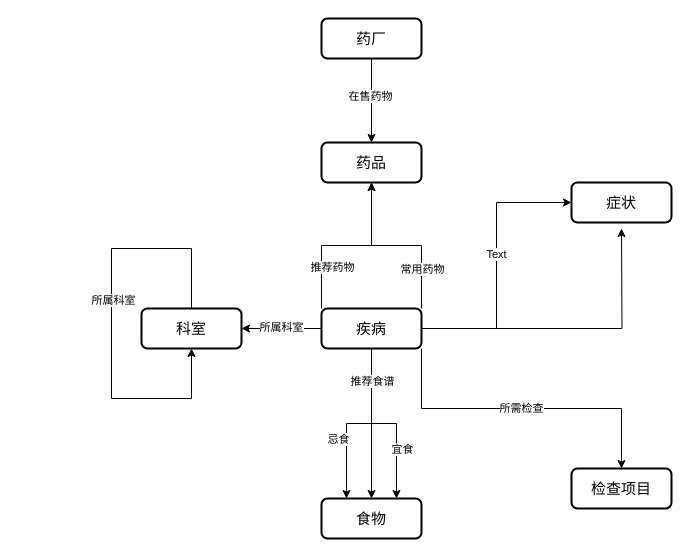
Above: 知识图谱本体设计.drawio in zyaaagit/s-case (draw.io), before the change. Source tidied: cells renumbered, new cells numbered last; positions are measured from the earlier drawing's top-left corner, leaving out a move shared by most shapes. Both pictures are drawn from the tidied source at 100%, with x=0, y=0 at pixel (111, 18).
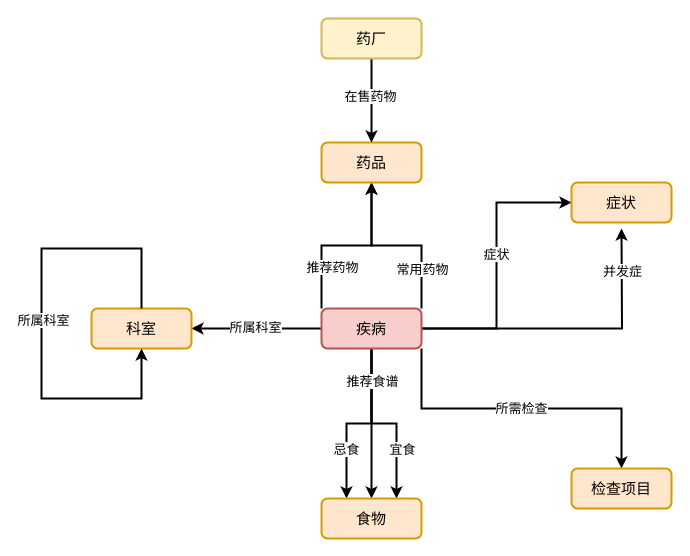
The same page after the edit.

Commit message (it also covers changes not shown here):
更新知识图谱本体设计.drawio

Change to the diagram source:
```diff
@@
-    <mxCell id="2" style="edgeStyle=orthogonalEdgeStyle;rounded=0;jettySize=auto;html=1;exitX=0.5;exitY=1;exitDx=0;exitDy=0;entryX=0.75;entryY=0;entryDx=0;entryDy=0;" parent="1" edge="1" source="18" target="20">
+    <mxCell id="2" style="edgeStyle=orthogonalEdgeStyle;rounded=0;jettySize=auto;html=1;exitX=0.5;exitY=1;exitDx=0;exitDy=0;entryX=0.75;entryY=0;entryDx=0;entryDy=0;strokeWidth=2;" parent="1" edge="1" source="18" target="20">
       <mxGeometry relative="1" as="geometry" />
     </mxCell>
-    <mxCell id="3" value="宜食" style="edgeLabel;html=1;align=center;verticalAlign=middle;" parent="2" vertex="1">
+    <mxCell id="3" value="宜食" style="edgeLabel;html=1;align=center;verticalAlign=middle;fontSize=13;" parent="2" vertex="1">
       <mxGeometry x="0.34" y="1" relative="1" as="geometry">
         <mxPoint x="4" y="8" as="offset" />
       </mxGeometry>
     </mxCell>
-    <mxCell id="4" style="edgeStyle=orthogonalEdgeStyle;rounded=0;jettySize=auto;html=1;exitX=0.5;exitY=1;exitDx=0;exitDy=0;entryX=0.25;entryY=0;entryDx=0;entryDy=0;" parent="1" edge="1" source="18" target="20">
+    <mxCell id="4" style="edgeStyle=orthogonalEdgeStyle;rounded=0;jettySize=auto;html=1;exitX=0.5;exitY=1;exitDx=0;exitDy=0;entryX=0.25;entryY=0;entryDx=0;entryDy=0;strokeWidth=2;" parent="1" edge="1" source="18" target="20">
       <mxGeometry relative="1" as="geometry" />
     </mxCell>
-    <mxCell id="5" value="忌食" style="edgeLabel;html=1;align=center;verticalAlign=middle;" parent="4" vertex="1">
+    <mxCell id="5" value="忌食" style="edgeLabel;html=1;align=center;verticalAlign=middle;fontSize=13;" parent="4" vertex="1">
       <mxGeometry x="0.2" relative="1" as="geometry">
-        <mxPoint x="-9" y="10" as="offset" />
+        <mxPoint x="-1" y="20" as="offset" />
       </mxGeometry>
     </mxCell>
-    <mxCell id="6" style="edgeStyle=orthogonalEdgeStyle;rounded=0;jettySize=auto;html=1;exitX=0.5;exitY=1;exitDx=0;exitDy=0;" parent="1" edge="1" source="18" target="20">
+    <mxCell id="6" style="edgeStyle=orthogonalEdgeStyle;rounded=0;jettySize=auto;html=1;exitX=0.5;exitY=1;exitDx=0;exitDy=0;strokeWidth=2;" parent="1" edge="1" source="18" target="20">
       <mxGeometry relative="1" as="geometry" />
     </mxCell>
-    <mxCell id="7" value="推荐食谱" style="edgeLabel;html=1;align=center;verticalAlign=middle;" parent="6" vertex="1">
+    <mxCell id="7" value="推荐食谱" style="edgeLabel;html=1;align=center;verticalAlign=middle;fontSize=13;" parent="6" vertex="1">
       <mxGeometry x="-0.57" relative="1" as="geometry" />
     </mxCell>
-    <mxCell id="8" style="edgeStyle=orthogonalEdgeStyle;rounded=0;jettySize=auto;html=1;exitX=0;exitY=0.5;exitDx=0;exitDy=0;entryX=1;entryY=0.5;entryDx=0;entryDy=0;" parent="1" edge="1" source="18" target="26">
+    <mxCell id="8" style="edgeStyle=orthogonalEdgeStyle;rounded=0;jettySize=auto;html=1;exitX=0;exitY=0.5;exitDx=0;exitDy=0;entryX=1;entryY=0.5;entryDx=0;entryDy=0;strokeWidth=2;" parent="1" edge="1" source="18" target="26">
       <mxGeometry relative="1" as="geometry" />
     </mxCell>
-    <mxCell id="9" value="所属科室" style="edgeLabel;html=1;align=center;verticalAlign=middle;" parent="8" vertex="1">
+    <mxCell id="9" value="所属科室" style="edgeLabel;html=1;align=center;verticalAlign=middle;fontSize=13;" parent="8" vertex="1">
       <mxGeometry x="0.03" y="-2" relative="1" as="geometry" />
     </mxCell>
-    <mxCell id="10" value="所需检查" style="edgeStyle=orthogonalEdgeStyle;rounded=0;jettySize=auto;html=1;exitX=1;exitY=1;exitDx=0;exitDy=0;entryX=0.5;entryY=0;entryDx=0;entryDy=0;" parent="1" edge="1" source="18" target="25">
+    <mxCell id="10" value="&lt;font style=&quot;font-size: 13px;&quot;&gt;所需检查&lt;/font&gt;" style="edgeStyle=orthogonalEdgeStyle;rounded=0;jettySize=auto;html=1;exitX=1;exitY=1;exitDx=0;exitDy=0;entryX=0.5;entryY=0;entryDx=0;entryDy=0;strokeWidth=2;" parent="1" edge="1" source="18" target="25">
       <mxGeometry relative="1" as="geometry" />
     </mxCell>
-    <mxCell id="11" style="edgeStyle=orthogonalEdgeStyle;rounded=0;jettySize=auto;html=1;exitX=1;exitY=0;exitDx=0;exitDy=0;entryX=0.5;entryY=1;entryDx=0;entryDy=0;" parent="1" edge="1" source="18" target="21">
+    <mxCell id="11" style="edgeStyle=orthogonalEdgeStyle;rounded=0;jettySize=auto;html=1;exitX=1;exitY=0;exitDx=0;exitDy=0;entryX=0.5;entryY=1;entryDx=0;entryDy=0;strokeWidth=2;" parent="1" edge="1" source="18" target="21">
       <mxGeometry relative="1" as="geometry" />
     </mxCell>
-    <mxCell id="12" value="常用药物" style="edgeLabel;html=1;align=center;verticalAlign=middle;" parent="11" vertex="1">
+    <mxCell id="12" value="常用药物" style="edgeLabel;html=1;align=center;verticalAlign=middle;fontSize=13;" parent="11" vertex="1">
       <mxGeometry x="-0.01" y="-1" relative="1" as="geometry">
         <mxPoint x="24" y="24" as="offset" />
       </mxGeometry>
     </mxCell>
-    <mxCell id="13" style="edgeStyle=orthogonalEdgeStyle;rounded=0;jettySize=auto;html=1;exitX=0;exitY=0;exitDx=0;exitDy=0;entryX=0.5;entryY=1;entryDx=0;entryDy=0;" parent="1" edge="1" source="18" target="21">
+    <mxCell id="13" style="edgeStyle=orthogonalEdgeStyle;rounded=0;jettySize=auto;html=1;exitX=0;exitY=0;exitDx=0;exitDy=0;entryX=0.5;entryY=1;entryDx=0;entryDy=0;strokeWidth=2;" parent="1" edge="1" source="18" target="21">
       <mxGeometry relative="1" as="geometry" />
     </mxCell>
-    <mxCell id="14" value="推荐药物" style="edgeLabel;html=1;align=center;verticalAlign=middle;" parent="13" vertex="1">
+    <mxCell id="14" value="推荐药物" style="edgeLabel;html=1;align=center;verticalAlign=middle;fontSize=13;" parent="13" vertex="1">
       <mxGeometry x="-0.64" y="1" relative="1" as="geometry">
         <mxPoint x="11" y="-10" as="offset" />
       </mxGeometry>
     </mxCell>
-    <mxCell id="15" style="edgeStyle=orthogonalEdgeStyle;rounded=0;jettySize=auto;html=1;exitX=1;exitY=0.5;exitDx=0;exitDy=0;entryX=0;entryY=0.5;entryDx=0;entryDy=0;" parent="1" edge="1" source="18" target="19">
+    <mxCell id="15" style="edgeStyle=orthogonalEdgeStyle;rounded=0;jettySize=auto;html=1;exitX=1;exitY=0.5;exitDx=0;exitDy=0;entryX=0;entryY=0.5;entryDx=0;entryDy=0;strokeWidth=2;" parent="1" edge="1" source="18" target="19">
       <mxGeometry relative="1" as="geometry" />
     </mxCell>
-    <mxCell id="16" value="Text" style="edgeLabel;html=1;align=center;verticalAlign=middle;" parent="15" vertex="1">
+    <mxCell id="16" value="症状" style="edgeLabel;html=1;align=center;verticalAlign=middle;fontSize=13;" parent="15" vertex="1">
       <mxGeometry x="0.09" y="1" relative="1" as="geometry" />
     </mxCell>
-    <mxCell id="17" style="edgeStyle=orthogonalEdgeStyle;rounded=0;jettySize=auto;html=1;exitX=1;exitY=0.5;exitDx=0;exitDy=0;" parent="1" edge="1" source="18">
+    <mxCell id="17" style="edgeStyle=orthogonalEdgeStyle;rounded=0;jettySize=auto;html=1;exitX=1;exitY=0.5;exitDx=0;exitDy=0;strokeWidth=2;" parent="1" edge="1" source="18">
       <mxGeometry relative="1" as="geometry">
         <mxPoint x="510" y="210" as="targetPoint" />
       </mxGeometry>
     </mxCell>
+    <mxCell id="29" value="并发症" style="edgeLabel;html=1;align=center;verticalAlign=middle;fontSize=13;" parent="17" vertex="1">
+      <mxGeometry x="0.72" relative="1" as="geometry" />
+    </mxCell>
-    <mxCell id="18" value="&lt;font style=&quot;font-size: 15px;&quot;&gt;疾病&lt;/font&gt;" style="rounded=1;whiteSpace=wrap;html=1;strokeWidth=2;fillStyle=auto;gradientColor=none;absoluteArcSize=0;perimeterSpacing=0;glass=0;" parent="1" vertex="1">
+    <mxCell id="18" value="&lt;font style=&quot;font-size: 15px;&quot;&gt;疾病&lt;/font&gt;" style="rounded=1;whiteSpace=wrap;html=1;strokeWidth=2;fillStyle=auto;absoluteArcSize=0;perimeterSpacing=0;glass=0;fillColor=#f8cecc;strokeColor=#b85450;" parent="1" vertex="1">
       <mxGeometry x="210" y="290" width="100" height="40" as="geometry" />
     </mxCell>
-    <mxCell id="19" value="&lt;font style=&quot;font-size: 15px;&quot;&gt;症状&lt;/font&gt;" style="rounded=1;whiteSpace=wrap;html=1;strokeWidth=2;fillStyle=auto;gradientColor=none;absoluteArcSize=0;perimeterSpacing=0;glass=0;" parent="1" vertex="1">
+    <mxCell id="19" value="&lt;font style=&quot;font-size: 15px;&quot;&gt;症状&lt;/font&gt;" style="rounded=1;whiteSpace=wrap;html=1;strokeWidth=2;fillStyle=auto;absoluteArcSize=0;perimeterSpacing=0;glass=0;fillColor=#ffe6cc;strokeColor=#d79b00;" parent="1" vertex="1">
       <mxGeometry x="460" y="164" width="100" height="40" as="geometry" />
     </mxCell>
-    <mxCell id="20" value="&lt;font style=&quot;font-size: 15px;&quot;&gt;食物&lt;/font&gt;" style="rounded=1;whiteSpace=wrap;html=1;strokeWidth=2;fillStyle=auto;gradientColor=none;absoluteArcSize=0;perimeterSpacing=0;glass=0;" parent="1" vertex="1">
+    <mxCell id="20" value="&lt;font style=&quot;font-size: 15px;&quot;&gt;食物&lt;/font&gt;" style="rounded=1;whiteSpace=wrap;html=1;strokeWidth=2;fillStyle=auto;absoluteArcSize=0;perimeterSpacing=0;glass=0;fillColor=#ffe6cc;strokeColor=#d79b00;" parent="1" vertex="1">
       <mxGeometry x="210" y="480" width="100" height="40" as="geometry" />
     </mxCell>
-    <mxCell id="21" value="&lt;span style=&quot;font-size: 15px;&quot;&gt;药品&lt;/span&gt;" style="rounded=1;whiteSpace=wrap;html=1;strokeWidth=2;fillStyle=auto;gradientColor=none;absoluteArcSize=0;perimeterSpacing=0;glass=0;" parent="1" vertex="1">
+    <mxCell id="21" value="&lt;span style=&quot;font-size: 15px;&quot;&gt;药品&lt;/span&gt;" style="rounded=1;whiteSpace=wrap;html=1;strokeWidth=2;fillStyle=auto;absoluteArcSize=0;perimeterSpacing=0;glass=0;fillColor=#ffe6cc;strokeColor=#d79b00;" parent="1" vertex="1">
       <mxGeometry x="210" y="124" width="100" height="40" as="geometry" />
     </mxCell>
-    <mxCell id="22" style="edgeStyle=orthogonalEdgeStyle;rounded=0;jettySize=auto;html=1;exitX=0.5;exitY=1;exitDx=0;exitDy=0;entryX=0.5;entryY=0;entryDx=0;entryDy=0;" parent="1" edge="1" source="24" target="21">
+    <mxCell id="22" style="edgeStyle=orthogonalEdgeStyle;rounded=0;jettySize=auto;html=1;exitX=0.5;exitY=1;exitDx=0;exitDy=0;entryX=0.5;entryY=0;entryDx=0;entryDy=0;strokeWidth=2;" parent="1" edge="1" source="24" target="21">
       <mxGeometry relative="1" as="geometry" />
     </mxCell>
-    <mxCell id="23" value="在售药物" style="edgeLabel;html=1;align=center;verticalAlign=middle;" parent="22" vertex="1">
+    <mxCell id="23" value="在售药物" style="edgeLabel;html=1;align=center;verticalAlign=middle;fontSize=13;" parent="22" vertex="1">
       <mxGeometry x="-0.13" y="-2" relative="1" as="geometry" />
     </mxCell>
-    <mxCell id="24" value="&lt;font style=&quot;font-size: 15px;&quot;&gt;药厂&lt;/font&gt;" style="rounded=1;whiteSpace=wrap;html=1;strokeWidth=2;fillStyle=auto;gradientColor=none;absoluteArcSize=0;perimeterSpacing=0;glass=0;" parent="1" vertex="1">
+    <mxCell id="24" value="&lt;font style=&quot;font-size: 15px;&quot;&gt;药厂&lt;/font&gt;" style="rounded=1;whiteSpace=wrap;html=1;strokeWidth=2;fillStyle=auto;absoluteArcSize=0;perimeterSpacing=0;glass=0;fillColor=#fff2cc;strokeColor=#d6b656;" parent="1" vertex="1">
       <mxGeometry x="210" width="100" height="40" as="geometry" />
     </mxCell>
-    <mxCell id="25" value="&lt;font style=&quot;font-size: 15px;&quot;&gt;检查项目&lt;/font&gt;" style="rounded=1;whiteSpace=wrap;html=1;strokeWidth=2;fillStyle=auto;gradientColor=none;absoluteArcSize=0;perimeterSpacing=0;glass=0;" parent="1" vertex="1">
+    <mxCell id="25" value="&lt;font style=&quot;font-size: 15px;&quot;&gt;检查项目&lt;/font&gt;" style="rounded=1;whiteSpace=wrap;html=1;strokeWidth=2;fillStyle=auto;absoluteArcSize=0;perimeterSpacing=0;glass=0;fillColor=#ffe6cc;strokeColor=#d79b00;" parent="1" vertex="1">
       <mxGeometry x="460" y="450" width="100" height="40" as="geometry" />
     </mxCell>
-    <mxCell id="26" value="&lt;span style=&quot;font-size: 15px;&quot;&gt;科室&lt;/span&gt;" style="rounded=1;whiteSpace=wrap;html=1;strokeWidth=2;fillStyle=auto;gradientColor=none;absoluteArcSize=0;perimeterSpacing=0;glass=0;" parent="1" vertex="1">
-      <mxGeometry x="30" y="290" width="100" height="40" as="geometry" />
+    <mxCell id="26" value="&lt;span style=&quot;font-size: 15px;&quot;&gt;科室&lt;/span&gt;" style="rounded=1;whiteSpace=wrap;html=1;strokeWidth=2;fillStyle=auto;absoluteArcSize=0;perimeterSpacing=0;glass=0;fillColor=#ffe6cc;strokeColor=#d79b00;" parent="1" vertex="1">
+      <mxGeometry x="-20" y="290" width="100" height="40" as="geometry" />
     </mxCell>
-    <mxCell id="27" style="edgeStyle=orthogonalEdgeStyle;rounded=0;orthogonalLoop=1;jettySize=auto;html=1;exitX=0.5;exitY=0;exitDx=0;exitDy=0;entryX=0.5;entryY=1;entryDx=0;entryDy=0;" parent="1" edge="1" source="26" target="26">
+    <mxCell id="27" style="edgeStyle=orthogonalEdgeStyle;rounded=0;orthogonalLoop=1;jettySize=auto;html=1;exitX=0.5;exitY=0;exitDx=0;exitDy=0;entryX=0.5;entryY=1;entryDx=0;entryDy=0;strokeWidth=2;" parent="1" edge="1" source="26" target="26">
       <mxGeometry relative="1" as="geometry">
         <Array as="points">
-          <mxPoint x="80" y="230" />
-          <mxPoint y="230" />
-          <mxPoint y="380" />
-          <mxPoint x="80" y="380" />
+          <mxPoint x="30" y="230" />
+          <mxPoint x="-70" y="230" />
+          <mxPoint x="-70" y="380" />
+          <mxPoint x="30" y="380" />
         </Array>
       </mxGeometry>
     </mxCell>
-    <mxCell id="28" value="所属科室" style="edgeLabel;html=1;align=center;verticalAlign=middle;" parent="27" vertex="1">
-      <mxGeometry x="-0.09" y="1" relative="1" as="geometry" />
+    <mxCell id="28" value="所属科室" style="edgeLabel;html=1;align=center;verticalAlign=middle;fontSize=13;" parent="27" vertex="1">
+      <mxGeometry x="-0.09" y="1" relative="1" as="geometry">
+        <mxPoint y="22" as="offset" />
+      </mxGeometry>
     </mxCell>
```
